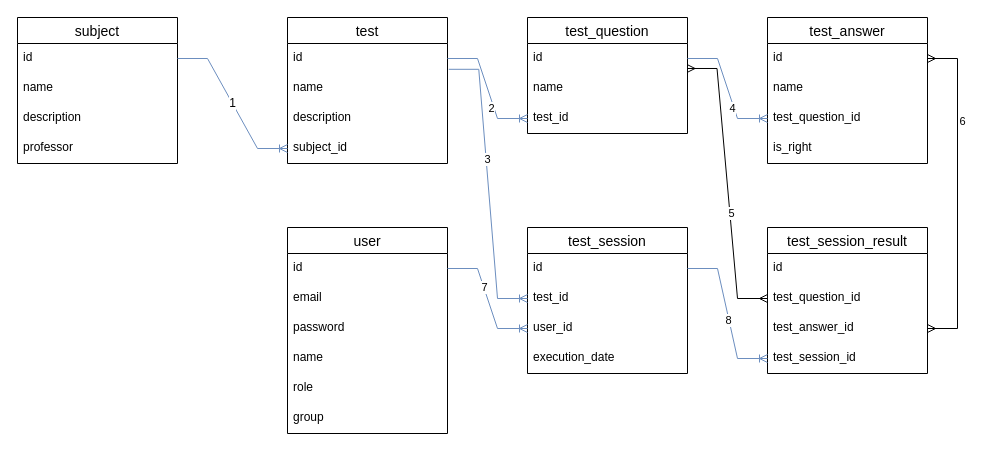
This is diagram.drawio from cheeseburgerock/student-progress, a draw.io file, before an edit. Source tidied: cells renumbered, new cells numbered last; positions are measured from the earlier drawing's top-left corner, leaving out a move shared by most shapes. Both pictures are drawn from the tidied source at 100%, with x=0, y=0 at pixel (17, 17).
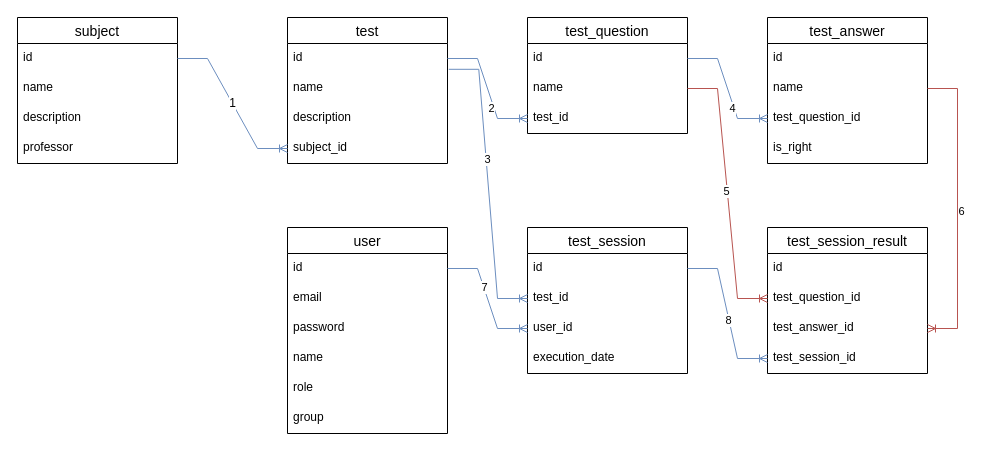
The same page after the edit.

Unchanged cells that the change refers to:
```xml
<mxCell id="8" value="id" style="text;strokeColor=none;fillColor=none;spacingLeft=4;spacingRight=4;overflow=hidden;points=[[0,0.5],[1,0.5]];portConstraint=eastwest;fontSize=12;" parent="7" vertex="1">
  <mxGeometry y="26" width="160" height="30" as="geometry" />
</mxCell>
<mxCell id="9" value="name" style="text;strokeColor=none;fillColor=none;spacingLeft=4;spacingRight=4;overflow=hidden;points=[[0,0.5],[1,0.5]];portConstraint=eastwest;fontSize=12;" parent="7" vertex="1">
  <mxGeometry y="56" width="160" height="30" as="geometry" />
</mxCell>
<mxCell id="12" value="id" style="text;strokeColor=none;fillColor=none;spacingLeft=4;spacingRight=4;overflow=hidden;points=[[0,0.5],[1,0.5]];portConstraint=eastwest;fontSize=12;" parent="11" vertex="1">
  <mxGeometry y="26" width="160" height="30" as="geometry" />
</mxCell>
<mxCell id="13" value="name" style="text;strokeColor=none;fillColor=none;spacingLeft=4;spacingRight=4;overflow=hidden;points=[[0,0.5],[1,0.5]];portConstraint=eastwest;fontSize=12;" parent="11" vertex="1">
  <mxGeometry y="56" width="160" height="30" as="geometry" />
</mxCell>
<mxCell id="27" value="test_question_id" style="text;strokeColor=none;fillColor=none;spacingLeft=4;spacingRight=4;overflow=hidden;points=[[0,0.5],[1,0.5]];portConstraint=eastwest;fontSize=12;" parent="25" vertex="1">
  <mxGeometry y="56" width="160" height="30" as="geometry" />
</mxCell>
<mxCell id="28" value="test_answer_id" style="text;strokeColor=none;fillColor=none;spacingLeft=4;spacingRight=4;overflow=hidden;points=[[0,0.5],[1,0.5]];portConstraint=eastwest;fontSize=12;" parent="25" vertex="1">
  <mxGeometry y="86" width="160" height="30" as="geometry" />
</mxCell>
```

The edit, as a diff of the source:
```diff
@@
-    <mxCell id="49" style="edgeStyle=entityRelationEdgeStyle;fontSize=12;html=1;endArrow=ERmany;startArrow=ERmany;rounded=0;entryX=0.997;entryY=0.833;entryDx=0;entryDy=0;entryPerimeter=0;" parent="1" edge="1" source="27" target="8">
-      <mxGeometry relative="1" as="geometry" />
-    </mxCell>
+    <mxCell id="53" style="edgeStyle=entityRelationEdgeStyle;fontSize=12;html=1;endArrow=ERoneToMany;rounded=0;entryX=0;entryY=0.5;entryDx=0;entryDy=0;fillColor=#f8cecc;strokeColor=#b85450;" parent="1" edge="1" source="9" target="27">
+      <mxGeometry relative="1" as="geometry" />
+    </mxCell>
-    <mxCell id="50" value="5" style="edgeLabel;html=1;align=center;verticalAlign=middle;" parent="49" vertex="1">
-      <mxGeometry x="-0.2" y="-1" relative="1" as="geometry" />
+    <mxCell id="50" value="5" style="edgeLabel;html=1;align=center;verticalAlign=middle;" parent="53" vertex="1">
+      <mxGeometry x="-0.02" y="-1" relative="1" as="geometry" />
     </mxCell>
-    <mxCell id="51" style="edgeStyle=entityRelationEdgeStyle;fontSize=12;html=1;endArrow=ERmany;startArrow=ERmany;rounded=0;" parent="1" edge="1" source="28" target="12">
-      <mxGeometry relative="1" as="geometry" />
-    </mxCell>
+    <mxCell id="54" style="edgeStyle=entityRelationEdgeStyle;fontSize=12;html=1;endArrow=ERoneToMany;rounded=0;fillColor=#f8cecc;strokeColor=#b85450;" parent="1" edge="1" source="13" target="28">
+      <mxGeometry relative="1" as="geometry" />
+    </mxCell>
-    <mxCell id="52" value="6" style="edgeLabel;html=1;align=center;verticalAlign=middle;" parent="51" vertex="1">
-      <mxGeometry x="0.44" y="-4" relative="1" as="geometry" />
+    <mxCell id="52" value="6" style="edgeLabel;html=1;align=center;verticalAlign=middle;" parent="54" vertex="1">
+      <mxGeometry x="0.01" y="3" relative="1" as="geometry" />
     </mxCell>
```
